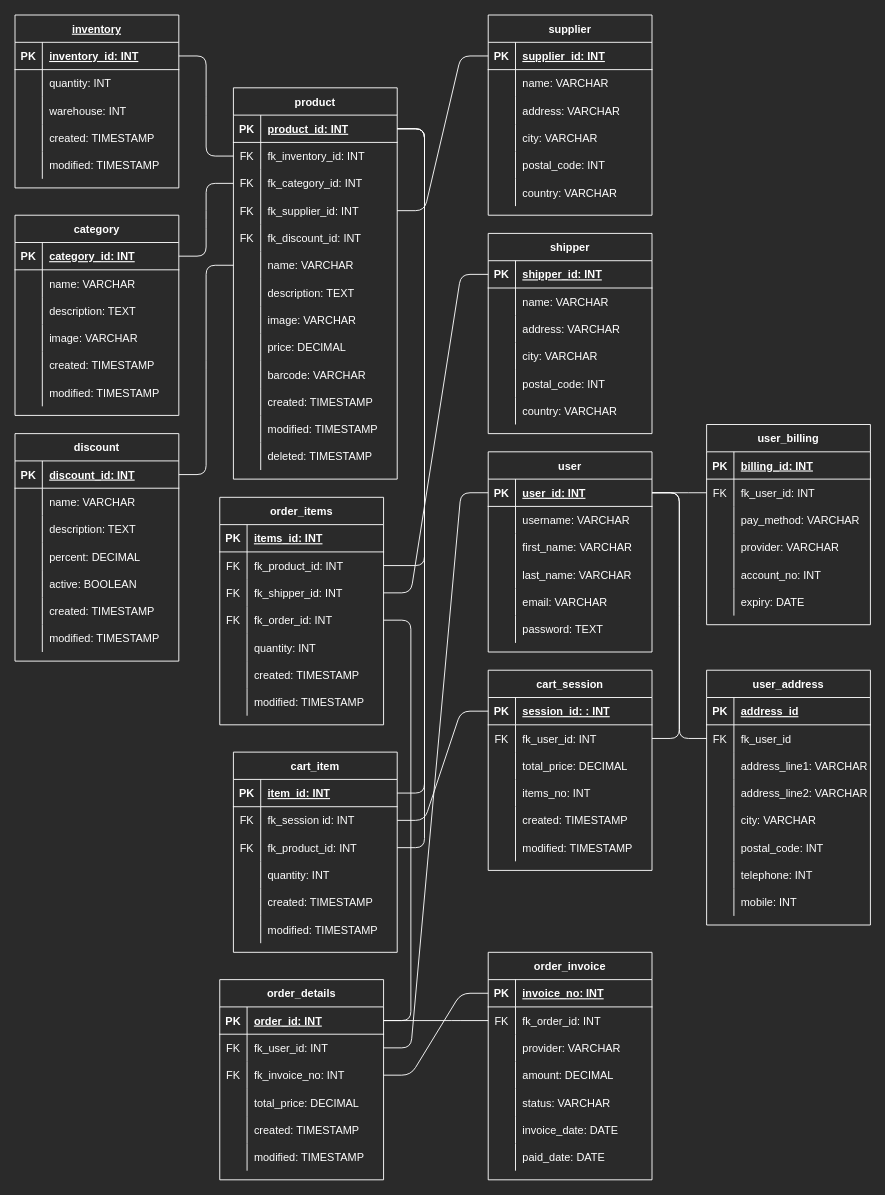
The draw.io diagram page "Normalization" (4 of 4) of diagrams/famazon.drawio in PCSedlaczek/BE15_CR9_Sedlaczek, before the edit. Source tidied: cells renumbered, new cells numbered last; positions are measured from the earlier drawing's top-left corner, leaving out a move shared by most shapes. Both pictures are drawn from the tidied source at 91%, with x=0, y=0 at pixel (15, 15).
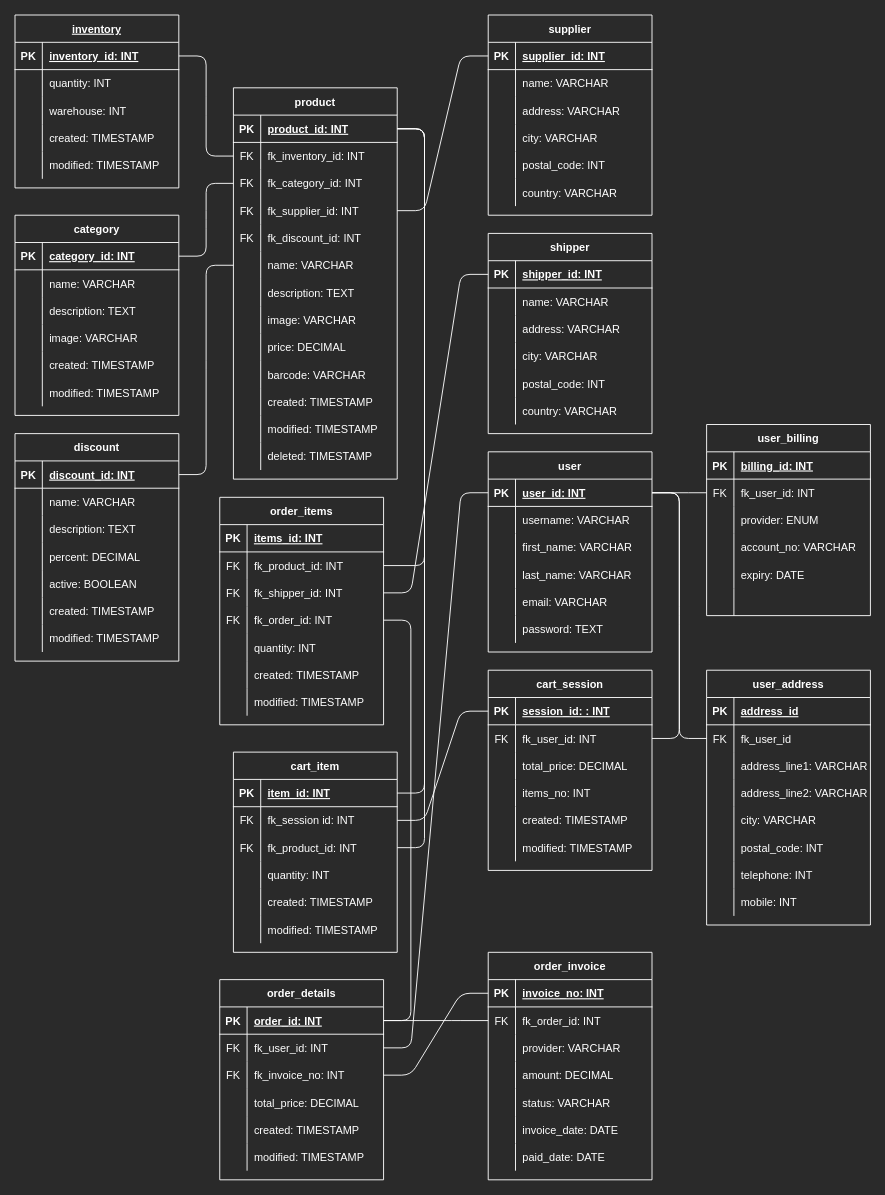
The same page after the edit.

The change refers to these unchanged cells:
```xml
<mxCell id="54" style="shape=partialRectangle;fillColor=none;top=0;left=0;bottom=0;right=0;labelBackgroundColor=none;fontColor=#FFFFFF;strokeColor=#FFFFFF;strokeWidth=1;" parent="47" vertex="1">
  <mxGeometry y="90" width="180" height="30" as="geometry" />
</mxCell>
<mxCell id="57" style="shape=partialRectangle;fillColor=none;top=0;left=0;bottom=0;right=0;labelBackgroundColor=none;fontColor=#FFFFFF;strokeColor=#FFFFFF;strokeWidth=1;" parent="47" vertex="1">
  <mxGeometry y="120" width="180" height="30" as="geometry" />
</mxCell>
<mxCell id="60" style="shape=partialRectangle;fillColor=none;top=0;left=0;bottom=0;right=0;labelBackgroundColor=none;fontColor=#FFFFFF;strokeColor=#FFFFFF;strokeWidth=1;" parent="47" vertex="1">
  <mxGeometry y="150" width="180" height="30" as="geometry" />
</mxCell>
<mxCell id="63" style="shape=partialRectangle;fillColor=none;top=0;left=0;bottom=0;right=0;labelBackgroundColor=none;fontColor=#FFFFFF;strokeColor=#FFFFFF;strokeWidth=1;" parent="47" vertex="1">
  <mxGeometry y="180" width="180" height="30" as="geometry" />
</mxCell>
```

What changed in the source:
```diff
@@
     <mxCell id="47" value="user_billing" style="shape=table;startSize=30;childLayout=tableLayout;rowLines=0;fontStyle=1;align=center;labelBackgroundColor=none;fontColor=#FFFFFF;strokeColor=#FFFFFF;strokeWidth=1;fillColor=none;" parent="1" vertex="1">
-      <mxGeometry x="760" y="450" width="180" height="220" as="geometry" />
+      <mxGeometry x="760" y="450" width="180" height="210" as="geometry" />
     </mxCell>
@@
-    <mxCell id="56" value="pay_method: VARCHAR" style="shape=partialRectangle;fillColor=none;top=0;left=0;bottom=0;right=0;align=left;spacingLeft=6;overflow=hidden;labelBackgroundColor=none;fontColor=#FFFFFF;strokeColor=#FFFFFF;strokeWidth=1;" parent="54" vertex="1">
+    <mxCell id="56" value="provider: ENUM" style="shape=partialRectangle;fillColor=none;top=0;left=0;bottom=0;right=0;align=left;spacingLeft=6;overflow=hidden;labelBackgroundColor=none;fontColor=#FFFFFF;strokeColor=#FFFFFF;strokeWidth=1;" parent="54" vertex="1">
       <mxGeometry x="30" width="150" height="30" as="geometry" />
     </mxCell>
@@
-    <mxCell id="59" value="provider: VARCHAR" style="shape=partialRectangle;fillColor=none;top=0;left=0;bottom=0;right=0;align=left;spacingLeft=6;overflow=hidden;labelBackgroundColor=none;fontColor=#FFFFFF;strokeColor=#FFFFFF;strokeWidth=1;" parent="57" vertex="1">
+    <mxCell id="59" value="account_no: VARCHAR" style="shape=partialRectangle;fillColor=none;top=0;left=0;bottom=0;right=0;align=left;spacingLeft=6;overflow=hidden;labelBackgroundColor=none;fontColor=#FFFFFF;strokeColor=#FFFFFF;strokeWidth=1;" parent="57" vertex="1">
       <mxGeometry x="30" width="150" height="30" as="geometry" />
     </mxCell>
@@
-    <mxCell id="62" value="account_no: INT" style="shape=partialRectangle;fillColor=none;top=0;left=0;bottom=0;right=0;align=left;spacingLeft=6;overflow=hidden;labelBackgroundColor=none;fontColor=#FFFFFF;strokeColor=#FFFFFF;strokeWidth=1;" parent="60" vertex="1">
+    <mxCell id="62" value="expiry: DATE" style="shape=partialRectangle;fillColor=none;top=0;left=0;bottom=0;right=0;align=left;spacingLeft=6;overflow=hidden;labelBackgroundColor=none;fontColor=#FFFFFF;strokeColor=#FFFFFF;strokeWidth=1;" parent="60" vertex="1">
       <mxGeometry x="30" width="150" height="30" as="geometry" />
     </mxCell>
@@
-    <mxCell id="65" value="expiry: DATE" style="shape=partialRectangle;fillColor=none;top=0;left=0;bottom=0;right=0;align=left;spacingLeft=6;overflow=hidden;labelBackgroundColor=none;fontColor=#FFFFFF;strokeColor=#FFFFFF;strokeWidth=1;" parent="63" vertex="1">
+    <mxCell id="65" style="shape=partialRectangle;fillColor=none;top=0;left=0;bottom=0;right=0;align=left;spacingLeft=6;overflow=hidden;labelBackgroundColor=none;fontColor=#FFFFFF;strokeColor=#FFFFFF;strokeWidth=1;" parent="63" vertex="1">
       <mxGeometry x="30" width="150" height="30" as="geometry" />
     </mxCell>
```
